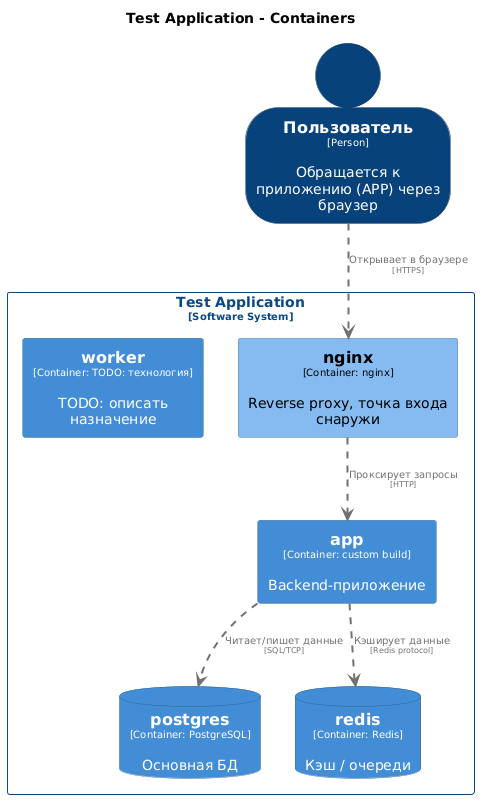
This is architecture/diagrams/structurizr-Containers.png from dmitryimalkov/cicd, a PlantUML export, as it was before one commit.
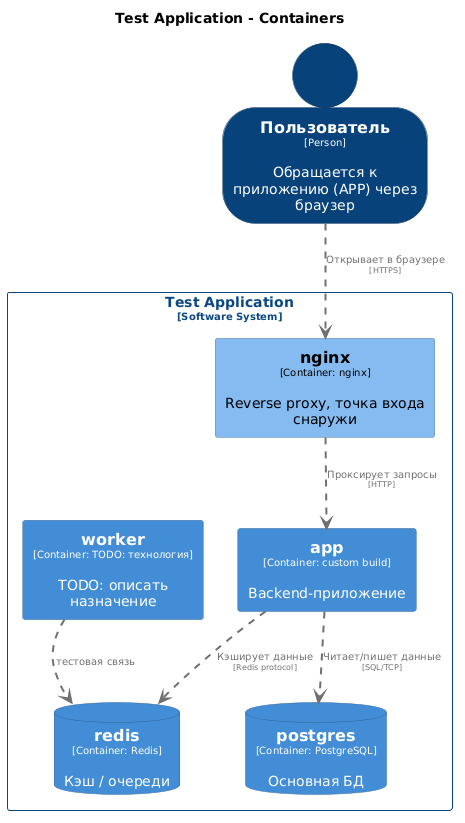
After the change.

Commit message:
docs: auto-sync architecture with docker-compose

The edit, as a diff of the source:
```diff
@@ -67,6 +67,7 @@
 
 TestApplication.app .[#707070,thickness=2].> TestApplication.postgres : "<color:#707070>Читает/пишет данные\n<color:#707070><size:8>[SQL/TCP]</size>"
 TestApplication.app .[#707070,thickness=2].> TestApplication.redis : "<color:#707070>Кэширует данные\n<color:#707070><size:8>[Redis protocol]</size>"
+TestApplication.worker .[#707070,thickness=2].> TestApplication.redis : "<color:#707070>тестовая связь"
 Пользователь .[#707070,thickness=2].> TestApplication.nginx : "<color:#707070>Открывает в браузере\n<color:#707070><size:8>[HTTPS]</size>"
 TestApplication.nginx .[#707070,thickness=2].> TestApplication.app : "<color:#707070>Проксирует запросы\n<color:#707070><size:8>[HTTP]</size>"
 @enduml
```
